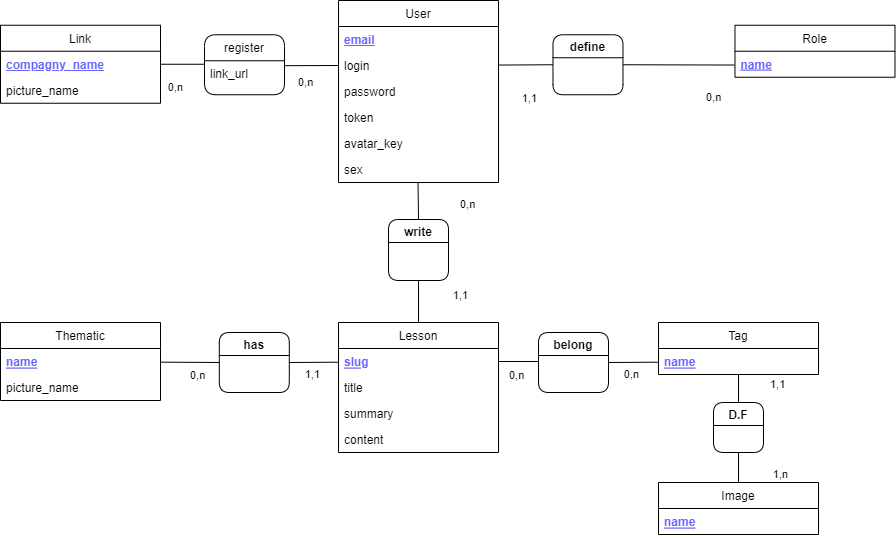
Above: data/MCD.drawio.png in aviateur22/mylesson_v2_back (draw.io), before the change. Source tidied: cells renumbered, new cells last; positions are measured from the earlier drawing's top-left corner, leaving out a move shared by most shapes.
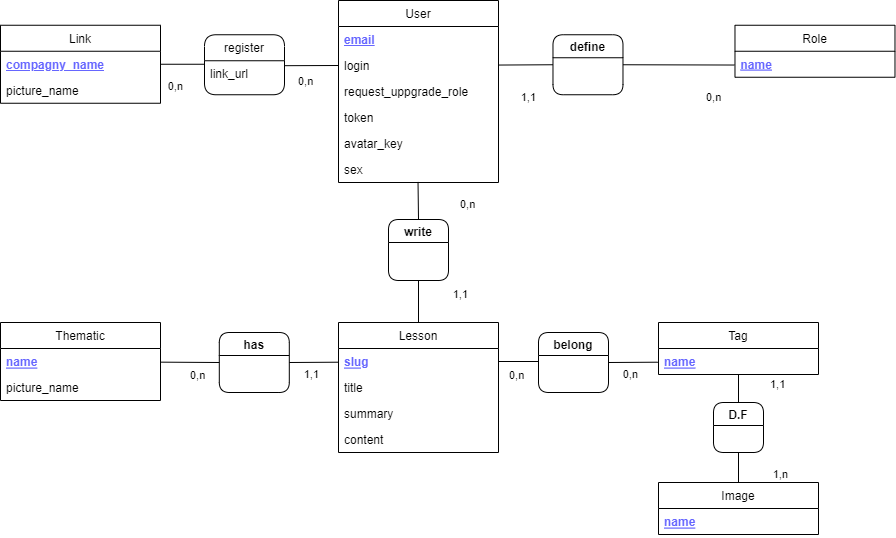
The same diagram one commit later.

Diff of the diagram source:
```diff
@@ -11,7 +11,7 @@
     <mxCell id="4" value="login" style="text;strokeColor=none;fillColor=none;align=left;verticalAlign=top;spacingLeft=4;spacingRight=4;overflow=hidden;points=[[0,0.5],[1,0.5]];portConstraint=eastwest;" parent="2" vertex="1">
       <mxGeometry y="52" width="160" height="26" as="geometry" />
     </mxCell>
-    <mxCell id="5" value="password" style="text;strokeColor=none;fillColor=none;align=left;verticalAlign=top;spacingLeft=4;spacingRight=4;overflow=hidden;" parent="2" vertex="1">
+    <mxCell id="5" value="request_uppgrade_role" style="text;strokeColor=none;fillColor=none;align=left;verticalAlign=top;spacingLeft=4;spacingRight=4;overflow=hidden;" parent="2" vertex="1">
       <mxGeometry y="78" width="160" height="26" as="geometry" />
     </mxCell>
     <mxCell id="6" value="token" style="text;strokeColor=none;fillColor=none;align=left;verticalAlign=top;spacingLeft=4;spacingRight=4;overflow=hidden;" parent="2" vertex="1">
```
